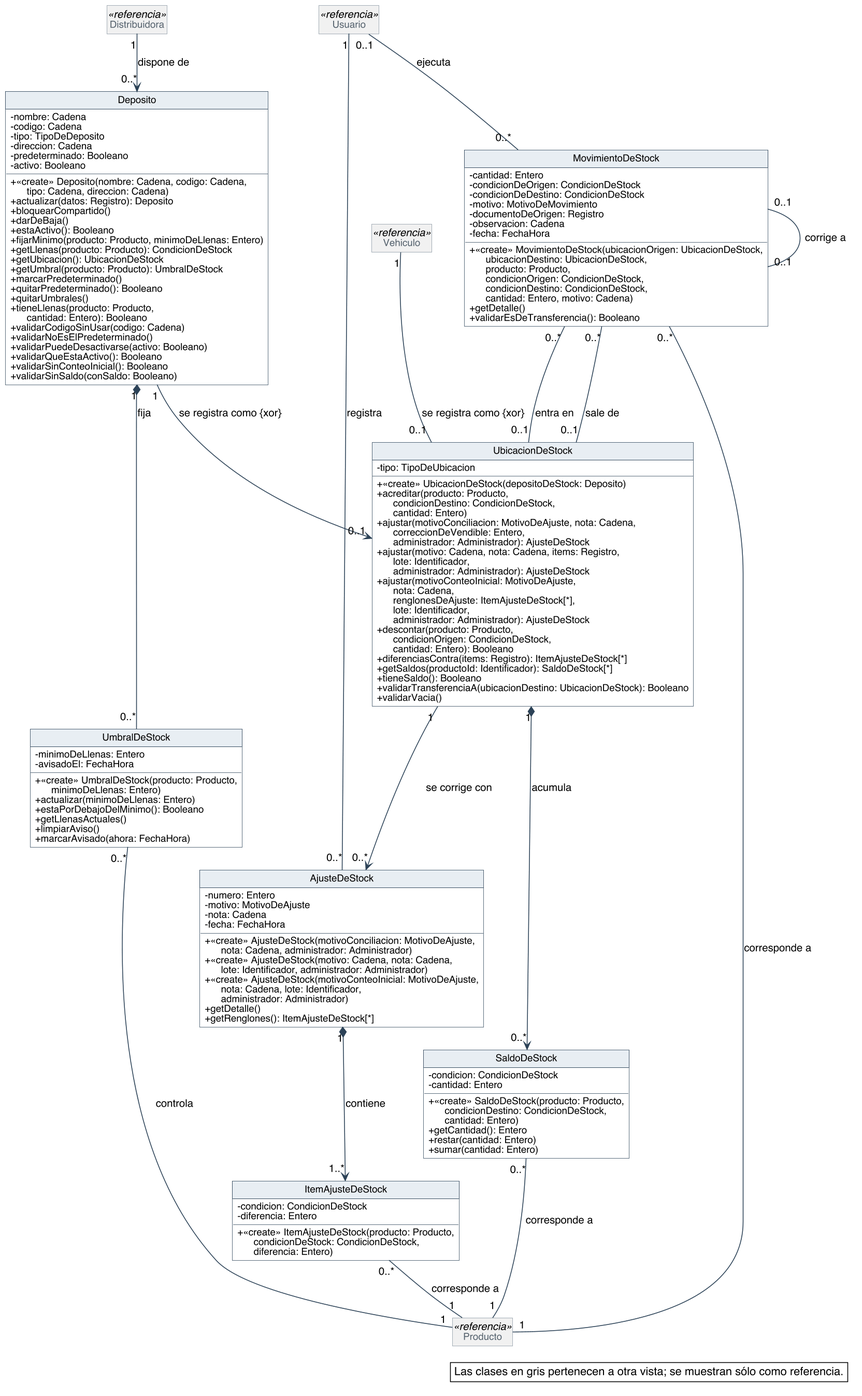
Above: diagramas/clases-diseno/DC_Stock-fisico.png in Nahuelito-Dev/splg-docs (PlantUML), before the change.
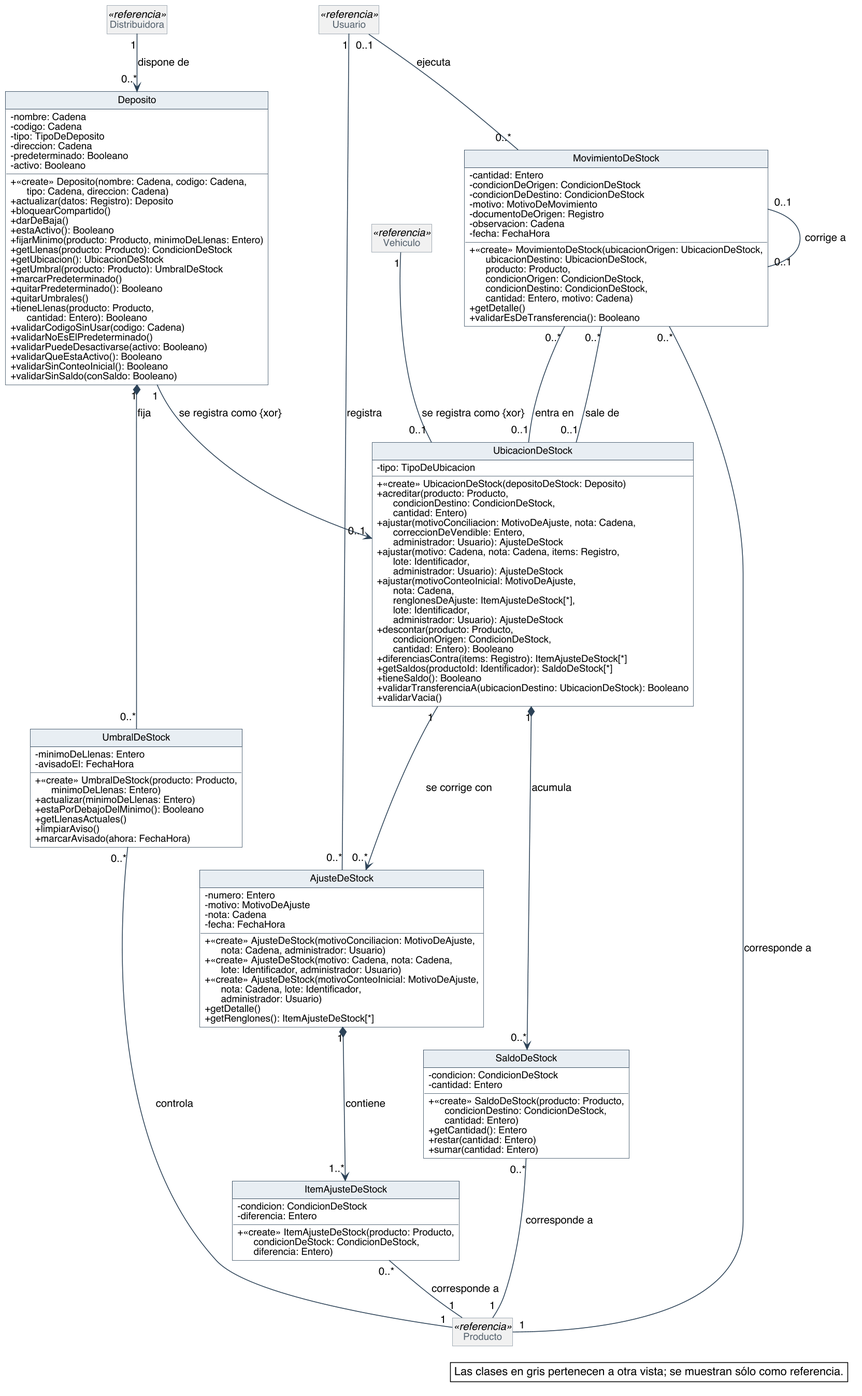
The same diagram one commit later.

Change to the diagram source:
```diff
@@ -88,9 +88,9 @@
   - tipo: TipoDeUbicacion
   + «create» UbicacionDeStock(depositoDeStock: Deposito)
   + acreditar(producto: Producto,\n      condicionDestino: CondicionDeStock,\n      cantidad: Entero)
-  + ajustar(motivoConciliacion: MotivoDeAjuste, nota: Cadena,\n      correccionDeVendible: Entero,\n      administrador: Administrador): AjusteDeStock
-  + ajustar(motivo: Cadena, nota: Cadena, items: Registro,\n      lote: Identificador,\n      administrador: Administrador): AjusteDeStock
-  + ajustar(motivoConteoInicial: MotivoDeAjuste,\n      nota: Cadena,\n      renglonesDeAjuste: ItemAjusteDeStock[*],\n      lote: Identificador,\n      administrador: Administrador): AjusteDeStock
+  + ajustar(motivoConciliacion: MotivoDeAjuste, nota: Cadena,\n      correccionDeVendible: Entero,\n      administrador: Usuario): AjusteDeStock
+  + ajustar(motivo: Cadena, nota: Cadena, items: Registro,\n      lote: Identificador,\n      administrador: Usuario): AjusteDeStock
+  + ajustar(motivoConteoInicial: MotivoDeAjuste,\n      nota: Cadena,\n      renglonesDeAjuste: ItemAjusteDeStock[*],\n      lote: Identificador,\n      administrador: Usuario): AjusteDeStock
   + descontar(producto: Producto,\n      condicionOrigen: CondicionDeStock,\n      cantidad: Entero): Booleano
   + diferenciasContra(items: Registro): ItemAjusteDeStock[*]
   + getSaldos(productoId: Identificador): SaldoDeStock[*]
@@ -133,9 +133,9 @@
   - motivo: MotivoDeAjuste
   - nota: Cadena
   - fecha: FechaHora
-  + «create» AjusteDeStock(motivoConciliacion: MotivoDeAjuste,\n      nota: Cadena, administrador: Administrador)
-  + «create» AjusteDeStock(motivo: Cadena, nota: Cadena,\n      lote: Identificador, administrador: Administrador)
-  + «create» AjusteDeStock(motivoConteoInicial: MotivoDeAjuste,\n      nota: Cadena, lote: Identificador,\n      administrador: Administrador)
+  + «create» AjusteDeStock(motivoConciliacion: MotivoDeAjuste,\n      nota: Cadena, administrador: Usuario)
+  + «create» AjusteDeStock(motivo: Cadena, nota: Cadena,\n      lote: Identificador, administrador: Usuario)
+  + «create» AjusteDeStock(motivoConteoInicial: MotivoDeAjuste,\n      nota: Cadena, lote: Identificador,\n      administrador: Usuario)
   + getDetalle()
   + getRenglones(): ItemAjusteDeStock[*]
 }
```
